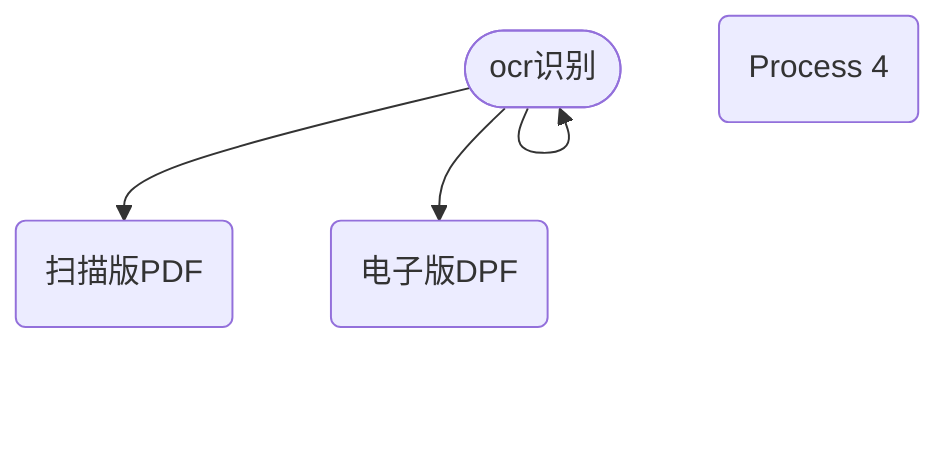
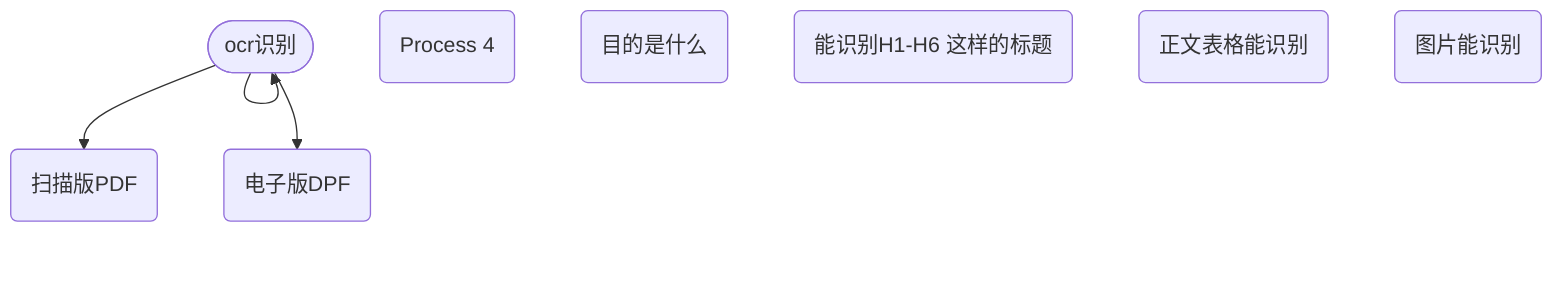
flowchart TD
  n_0(["ocr识别"])
  n_1("扫描版PDF")
  n_2("电子版DPF")
  n_3("Process 4")
+   n_4("目的是什么")
+   n_5("能识别H1-H6 这样的标题")
+   n_6("正文表格能识别")
+   n_7("图片能识别")
  n_0 --> n_0
  n_0 --> n_1
  n_0 --> n_2
